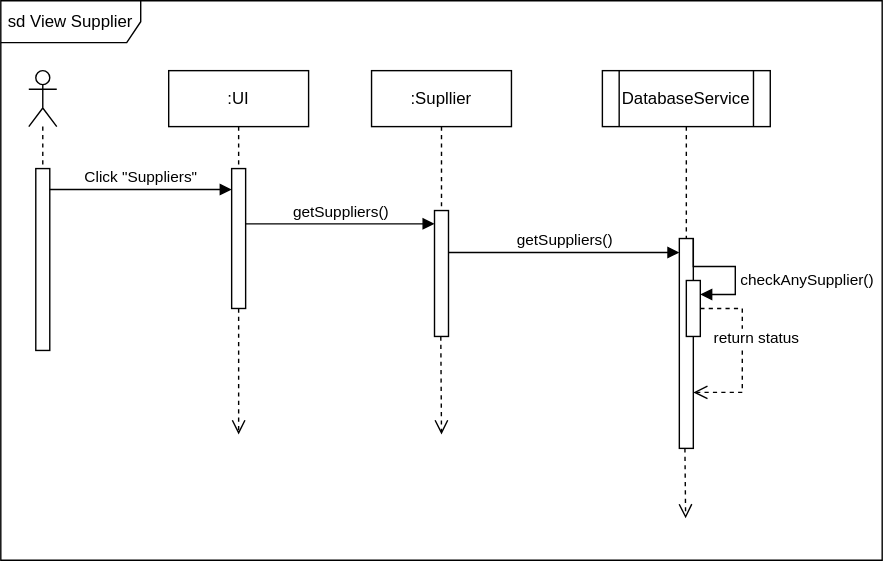
Before: view_supp.svg, a diagram exported from draw.io (Simamkele88/IFM3_GP). Source tidied: cells renumbered, new cells last; positions are measured from the earlier drawing's top-left corner, leaving out a move shared by most shapes.
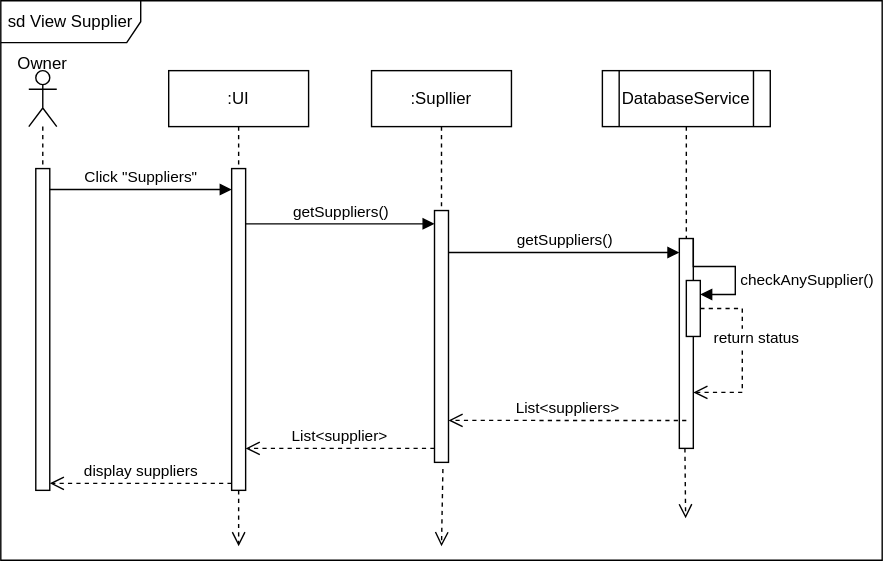
After the change.

Change to the diagram source:
```diff
@@ -9,13 +9,13 @@
       <mxGeometry x="20" y="50" width="20" height="80" as="geometry" />
     </mxCell>
     <mxCell id="4" value=":UI" style="shape=umlLifeline;perimeter=lifelinePerimeter;whiteSpace=wrap;html=1;newEdgeStyle={&quot;curved&quot;:0,&quot;rounded&quot;:0};" parent="1" vertex="1">
-      <mxGeometry x="120" y="50" width="100" height="170" as="geometry" />
+      <mxGeometry x="120" y="50" width="100" height="300" as="geometry" />
     </mxCell>
     <mxCell id="5" style="html=1;points=[[0,0,0,0,5],[0,1,0,0,-5],[1,0,0,0,5],[1,1,0,0,-5]];perimeter=orthogonalPerimeter;outlineConnect=0;targetShapes=umlLifeline;portConstraint=eastwest;newEdgeStyle={&quot;curved&quot;:0,&quot;rounded&quot;:0};" parent="4" vertex="1">
-      <mxGeometry x="45" y="70" width="10" height="100" as="geometry" />
+      <mxGeometry x="45" y="70" width="10" height="230" as="geometry" />
     </mxCell>
     <mxCell id="6" style="html=1;points=[[0,0,0,0,5],[0,1,0,0,-5],[1,0,0,0,5],[1,1,0,0,-5]];perimeter=orthogonalPerimeter;outlineConnect=0;targetShapes=umlLifeline;portConstraint=eastwest;newEdgeStyle={&quot;curved&quot;:0,&quot;rounded&quot;:0};" parent="1" vertex="1">
-      <mxGeometry x="25" y="120" width="10" height="130" as="geometry" />
+      <mxGeometry x="25" y="120" width="10" height="230" as="geometry" />
     </mxCell>
     <mxCell id="7" value="Click &quot;Suppliers&quot;" style="html=1;verticalAlign=bottom;endArrow=block;curved=0;rounded=0;" parent="1" edge="1" source="6" target="5">
       <mxGeometry relative="1" as="geometry">
@@ -28,7 +28,7 @@
       <mxGeometry x="265" y="50" width="100" height="100" as="geometry" />
     </mxCell>
     <mxCell id="9" style="html=1;points=[[0,0,0,0,5],[0,1,0,0,-5],[1,0,0,0,5],[1,1,0,0,-5]];perimeter=orthogonalPerimeter;outlineConnect=0;targetShapes=umlLifeline;portConstraint=eastwest;newEdgeStyle={&quot;curved&quot;:0,&quot;rounded&quot;:0};" parent="1" vertex="1">
-      <mxGeometry x="310" y="150" width="10" height="90" as="geometry" />
+      <mxGeometry x="310" y="150" width="10" height="180" as="geometry" />
     </mxCell>
     <mxCell id="10" value="getSuppliers()" style="html=1;verticalAlign=bottom;endArrow=block;curved=0;rounded=0;" parent="1" edge="1">
       <mxGeometry relative="1" as="geometry">
@@ -50,13 +50,12 @@
     </mxCell>
     <mxCell id="14" style="html=1;verticalAlign=bottom;endArrow=open;dashed=1;endSize=8;curved=0;rounded=0;" parent="1" edge="1" source="5">
       <mxGeometry relative="1" as="geometry">
-        <mxPoint x="170" y="310" as="targetPoint" />
+        <mxPoint x="170" y="390" as="targetPoint" />
       </mxGeometry>
     </mxCell>
-    <mxCell id="15" style="html=1;verticalAlign=bottom;endArrow=open;dashed=1;endSize=8;curved=0;rounded=0;" parent="1" edge="1">
+    <mxCell id="15" style="html=1;verticalAlign=bottom;endArrow=open;dashed=1;endSize=8;curved=0;rounded=0;exitX=0.6;exitY=1.026;exitDx=0;exitDy=0;exitPerimeter=0;" parent="1" edge="1" source="9">
       <mxGeometry relative="1" as="geometry">
-        <mxPoint x="314.5" y="240" as="sourcePoint" />
-        <mxPoint x="315" y="310" as="targetPoint" />
+        <mxPoint x="315" y="390" as="targetPoint" />
       </mxGeometry>
     </mxCell>
     <mxCell id="16" style="html=1;verticalAlign=bottom;endArrow=open;dashed=1;endSize=8;curved=0;rounded=0;" parent="1" edge="1">
@@ -92,5 +91,21 @@
         </Array>
       </mxGeometry>
     </mxCell>
+    <mxCell id="21" value="Owner" style="text;html=1;align=center;verticalAlign=middle;whiteSpace=wrap;rounded=0;" parent="1" vertex="1">
+      <mxGeometry y="30" width="60" height="30" as="geometry" />
+    </mxCell>
+    <mxCell id="22" value="List&amp;lt;suppliers&amp;gt;" style="html=1;verticalAlign=bottom;endArrow=open;dashed=1;endSize=8;curved=0;rounded=0;exitX=0.5;exitY=0.867;exitDx=0;exitDy=0;exitPerimeter=0;" parent="1" edge="1" source="12">
+      <mxGeometry relative="1" as="geometry">
+        <mxPoint x="320" y="300" as="targetPoint" />
+      </mxGeometry>
+    </mxCell>
+    <mxCell id="23" value="List&amp;lt;supplier&amp;gt;" style="html=1;verticalAlign=bottom;endArrow=open;dashed=1;endSize=8;curved=0;rounded=0;" parent="1" edge="1" target="5">
+      <mxGeometry relative="1" as="geometry">
+        <mxPoint x="310" y="320" as="sourcePoint" />
+      </mxGeometry>
+    </mxCell>
+    <mxCell id="24" value="display suppliers" style="html=1;verticalAlign=bottom;endArrow=open;dashed=1;endSize=8;curved=0;rounded=0;entryX=1;entryY=1;entryDx=0;entryDy=-5;entryPerimeter=0;" parent="1" edge="1" source="5" target="6">
+      <mxGeometry relative="1" as="geometry" />
+    </mxCell>
   </root>
 </mxGraphModel>
```
